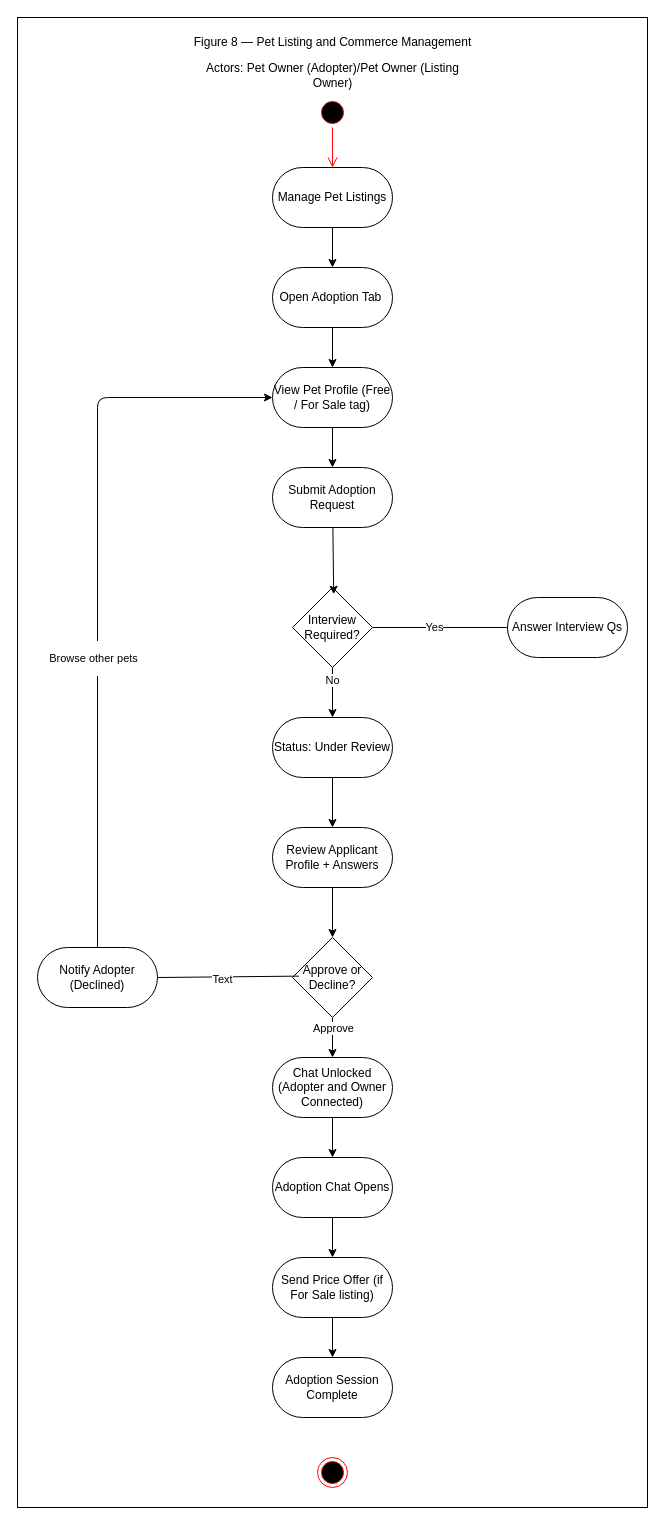
This is ActivityDiagram_Figure8_USALLA.drawio from Chels013/Breedr-Diagrams, a draw.io file, before an edit. Source tidied: cells renumbered, new cells numbered last; positions are measured from the earlier drawing's top-left corner, leaving out a move shared by most shapes. Both pictures are drawn from the tidied source at 100%, with x=0, y=0 at pixel (17, 17).
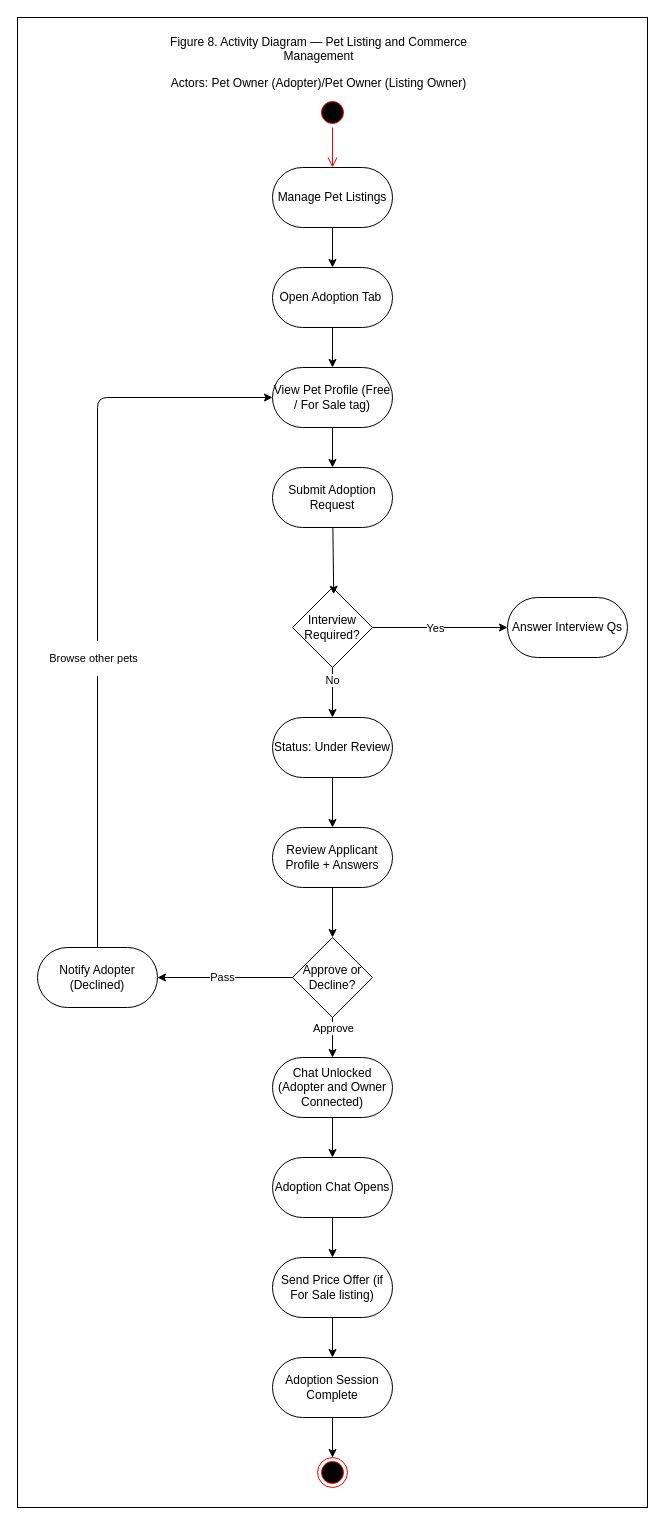
The same diagram, later.

The change refers to these unchanged cells:
```xml
<mxCell id="15" value="&lt;p&gt;Interview Required?&lt;/p&gt;" style="rhombus;whiteSpace=wrap;html=1;" parent="1" vertex="1">
  <mxGeometry x="275" y="570" width="80" height="80" as="geometry" />
</mxCell>
<mxCell id="16" value="&lt;p&gt;Answer Interview Qs&lt;/p&gt;" style="rounded=1;whiteSpace=wrap;html=1;arcSize=50;" parent="1" vertex="1">
  <mxGeometry x="490" y="580" width="120" height="60" as="geometry" />
</mxCell>
<mxCell id="23" value="&lt;p&gt;Approve or Decline?&lt;/p&gt;" style="rhombus;whiteSpace=wrap;html=1;" parent="1" vertex="1">
  <mxGeometry x="275" y="920" width="80" height="80" as="geometry" />
</mxCell>
<mxCell id="26" value="&lt;p&gt;Notify Adopter (Declined)&lt;/p&gt;" style="rounded=1;whiteSpace=wrap;html=1;arcSize=50;" parent="1" vertex="1">
  <mxGeometry x="20" y="930" width="120" height="60" as="geometry" />
</mxCell>
<mxCell id="33" value="&lt;p&gt;Adoption Session Complete&lt;/p&gt;" style="rounded=1;whiteSpace=wrap;html=1;arcSize=50;" parent="1" vertex="1">
  <mxGeometry x="255" y="1340" width="120" height="60" as="geometry" />
</mxCell>
<mxCell id="34" style="ellipse;html=1;shape=endState;fillColor=#000000;strokeColor=#ff0000;" parent="1" vertex="1">
  <mxGeometry x="300" y="1440" width="30" height="30" as="geometry" />
</mxCell>
```

Change to the diagram source:
```diff
@@
-    <mxCell id="3" value="&lt;p&gt;Figure 8 — Pet Listing and Commerce Management&lt;/p&gt;&lt;p&gt;Actors: Pet Owner (Adopter)/Pet Owner (Listing Owner)&lt;/p&gt;" style="text;html=1;align=center;verticalAlign=middle;whiteSpace=wrap;rounded=0;" parent="1" vertex="1">
-      <mxGeometry x="167.5" y="30" width="295" height="30" as="geometry" />
+    <mxCell id="3" value="&lt;p&gt;Figure 8. Activity Diagram — Pet Listing and Commerce Management&lt;/p&gt;&lt;p&gt;Actors: Pet Owner (Adopter)/Pet Owner (Listing Owner)&lt;/p&gt;" style="text;html=1;align=center;verticalAlign=middle;whiteSpace=wrap;rounded=0;" parent="1" vertex="1">
+      <mxGeometry x="130" y="30" width="342.5" height="30" as="geometry" />
     </mxCell>
@@
+    <mxCell id="36" style="edgeStyle=none;html=1;entryX=0;entryY=0.5;entryDx=0;entryDy=0;" parent="1" edge="1" source="15" target="16">
+      <mxGeometry relative="1" as="geometry" />
+    </mxCell>
+    <mxCell id="37" value="Yes" style="edgeLabel;html=1;align=center;verticalAlign=middle;" parent="36" vertex="1">
+      <mxGeometry x="-0.08" relative="1" as="geometry" />
+    </mxCell>
@@
+    <mxCell id="40" style="edgeStyle=none;html=1;entryX=1;entryY=0.5;entryDx=0;entryDy=0;" parent="1" edge="1" source="23" target="26">
+      <mxGeometry relative="1" as="geometry" />
+    </mxCell>
+    <mxCell id="41" value="Pass" style="edgeLabel;html=1;align=center;verticalAlign=middle;" parent="40" vertex="1">
+      <mxGeometry x="0.05" y="-1" relative="1" as="geometry" />
+    </mxCell>
@@
+    <mxCell id="42" style="edgeStyle=none;html=1;entryX=0.5;entryY=0;entryDx=0;entryDy=0;" parent="1" edge="1" source="33" target="34">
+      <mxGeometry relative="1" as="geometry" />
+    </mxCell>
@@
-    <mxCell id="36" style="endArrow=none;html=1;exitX=1;exitY=0.5;exitDx=0;exitDy=0;entryX=0;entryY=0.5;entryDx=0;entryDy=0;" parent="1" edge="1" source="15" target="16">
-      <mxGeometry relative="1" as="geometry" />
-    </mxCell>
-    <mxCell id="37" value="Yes" style="edgeLabel;html=1;align=center;verticalAlign=middle;" parent="36" vertex="1">
-      <mxGeometry x="-0.1" y="1" relative="1" as="geometry" />
-    </mxCell>
-    <mxCell id="38" style="endArrow=none;html=1;exitX=1;exitY=0.5;exitDx=0;exitDy=0;entryX=0.08;entryY=0.483;entryDx=0;entryDy=0;entryPerimeter=0;" parent="1" edge="1" source="26" target="23">
-      <mxGeometry relative="1" as="geometry" />
-    </mxCell>
-    <mxCell id="39" value="Text" style="edgeLabel;html=1;align=center;verticalAlign=middle;" parent="38" vertex="1">
-      <mxGeometry x="-0.1" y="-2" relative="1" as="geometry" />
-    </mxCell>
```
